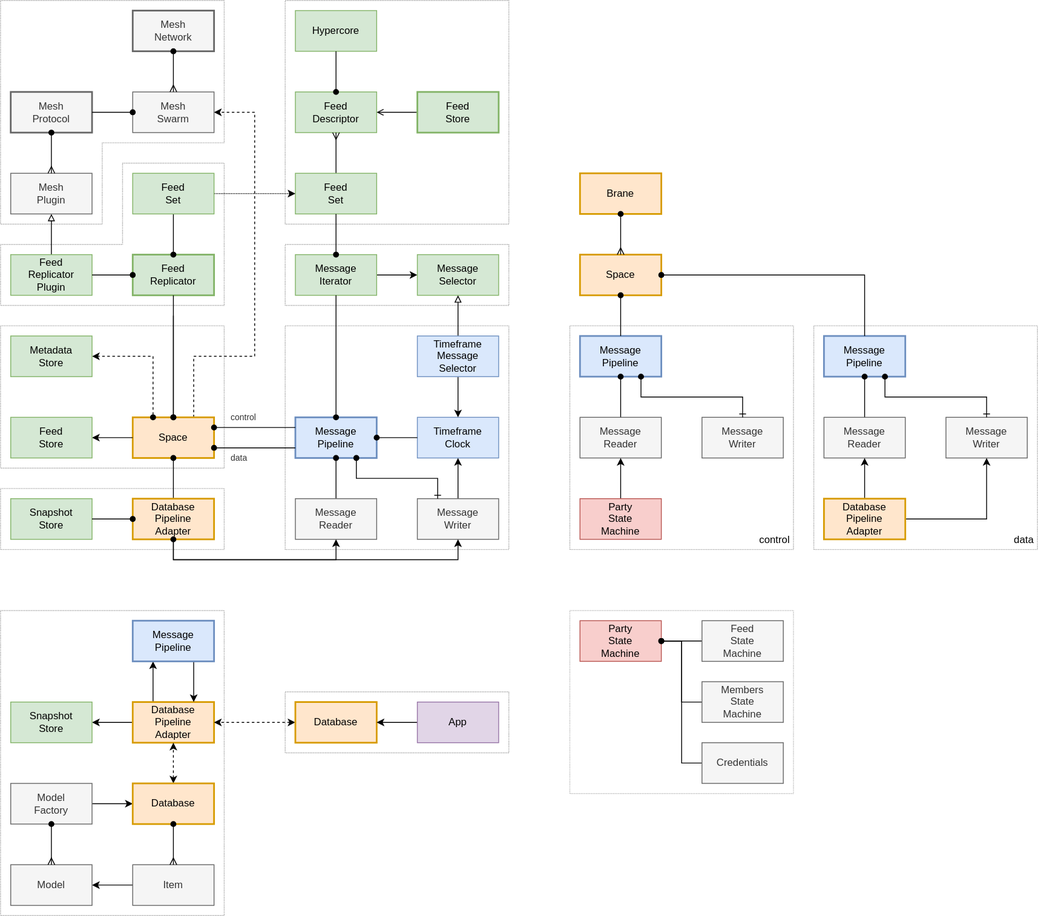
dxos/dxos keeps this draw.io diagram as docs/design/diagrams/echo-pipeline.drawio.svg. Above is the earlier version. Source tidied: cells renumbered, new cells last; positions are measured from the earlier drawing's top-left corner, leaving out a move shared by most shapes.
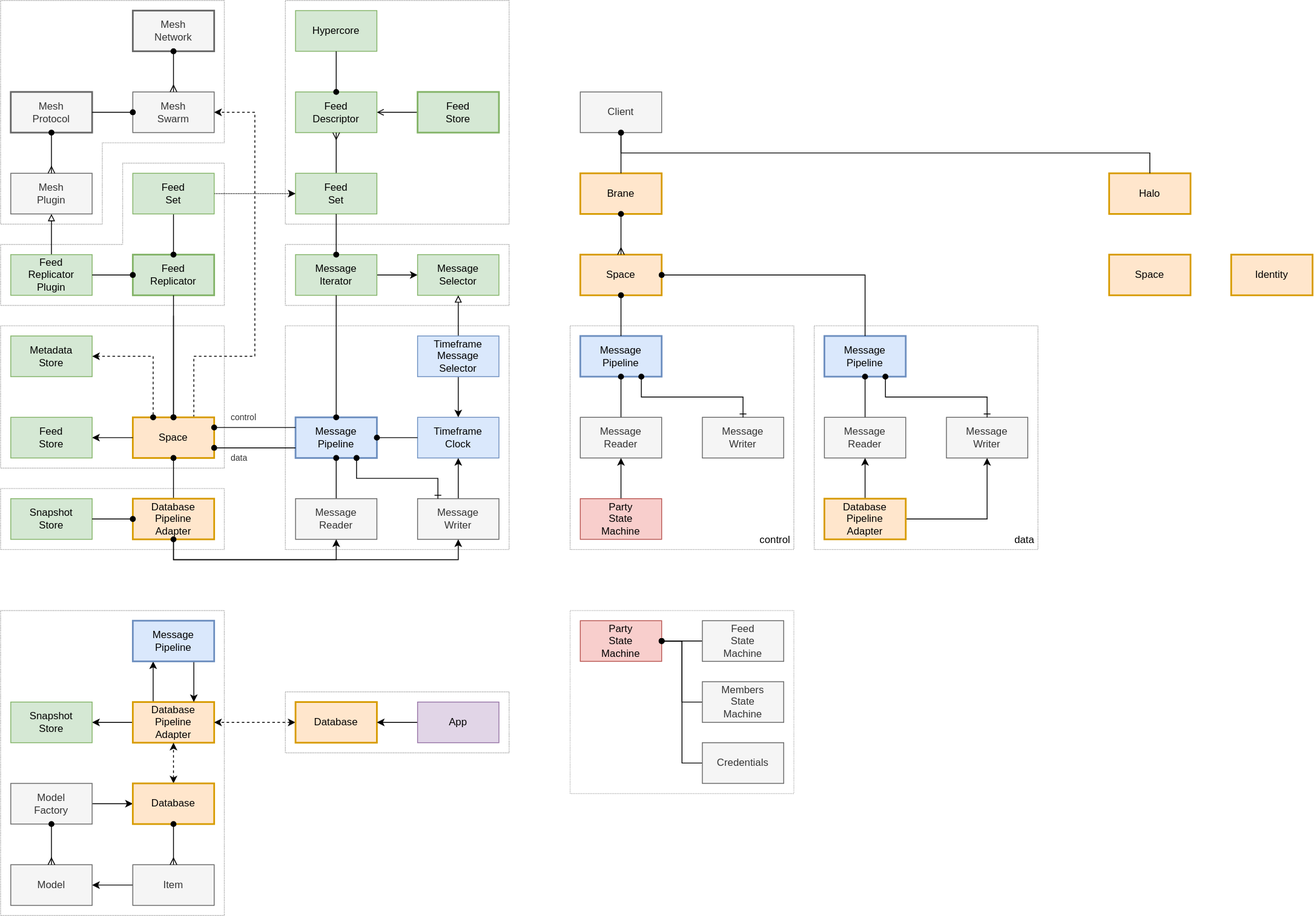
The same file after the commit.

What changed in the source:
```diff
@@ -396,5 +396,28 @@
     <mxCell id="114" style="edgeStyle=none;html=1;endArrow=ERmany;endFill=0;startArrow=oval;startFill=1;" parent="1" edge="1" source="109" target="106">
       <mxGeometry relative="1" as="geometry" />
     </mxCell>
+    <mxCell id="115" value="Halo" style="rounded=0;whiteSpace=wrap;html=1;fillColor=#ffe6cc;strokeColor=#d79b00;strokeWidth=2;" parent="1" vertex="1">
+      <mxGeometry x="1308" y="204" width="96" height="48" as="geometry" />
+    </mxCell>
+    <mxCell id="116" value="Identity" style="rounded=0;whiteSpace=wrap;html=1;fillColor=#ffe6cc;strokeColor=#d79b00;strokeWidth=2;" parent="1" vertex="1">
+      <mxGeometry x="1452" y="300" width="96" height="48" as="geometry" />
+    </mxCell>
+    <mxCell id="117" value="Space" style="rounded=0;whiteSpace=wrap;html=1;fillColor=#ffe6cc;strokeColor=#d79b00;strokeWidth=2;" parent="1" vertex="1">
+      <mxGeometry x="1308" y="300" width="96" height="48" as="geometry" />
+    </mxCell>
+    <mxCell id="118" style="edgeStyle=none;html=1;exitX=0.5;exitY=1;exitDx=0;exitDy=0;entryX=0.5;entryY=0;entryDx=0;entryDy=0;startArrow=oval;startFill=1;endArrow=none;endFill=0;rounded=0;" parent="1" edge="1" source="119" target="115">
+      <mxGeometry relative="1" as="geometry">
+        <Array as="points">
+          <mxPoint x="732" y="180" />
+          <mxPoint x="1356" y="180" />
+        </Array>
+      </mxGeometry>
+    </mxCell>
+    <mxCell id="119" value="Client" style="rounded=0;whiteSpace=wrap;html=1;fillColor=#f5f5f5;strokeColor=#666666;fontColor=#333333;" parent="1" vertex="1">
+      <mxGeometry x="684" y="108" width="96" height="48" as="geometry" />
+    </mxCell>
+    <mxCell id="120" style="edgeStyle=none;html=1;exitX=0.5;exitY=1;exitDx=0;exitDy=0;endArrow=none;endFill=0;startArrow=oval;startFill=1;" parent="1" edge="1" source="119" target="94">
+      <mxGeometry relative="1" as="geometry" />
+    </mxCell>
   </root>
 </mxGraphModel>
```
